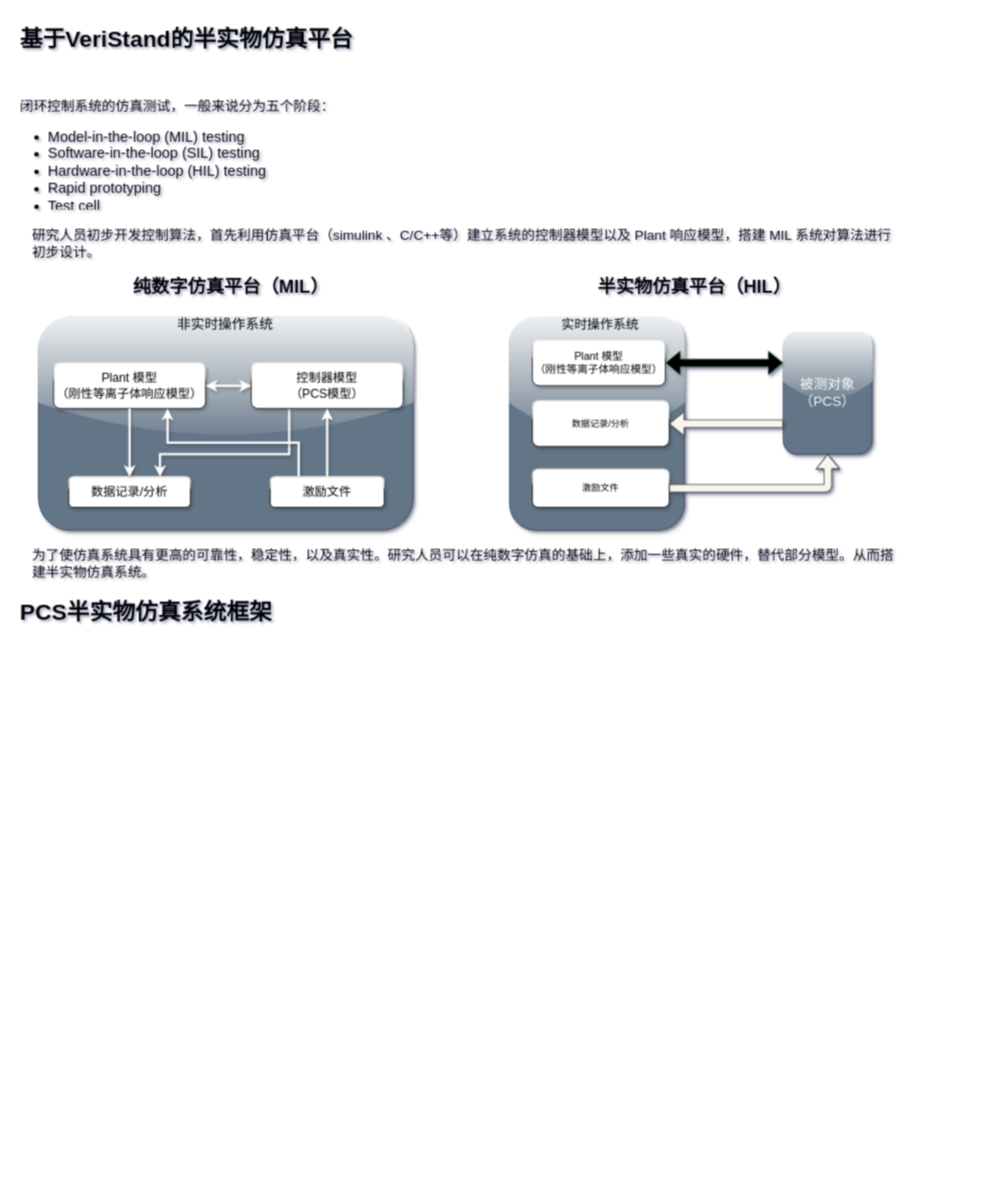
Earlier version of the draw.io diagram Untitled Diagram.drawio (3038814044/draw). Source tidied: cells renumbered, new cells numbered last; positions are measured from the earlier drawing's top-left corner, leaving out a move shared by most shapes. Both pictures are drawn from the tidied source at 76%, with x=0, y=0 at pixel (15, 21).
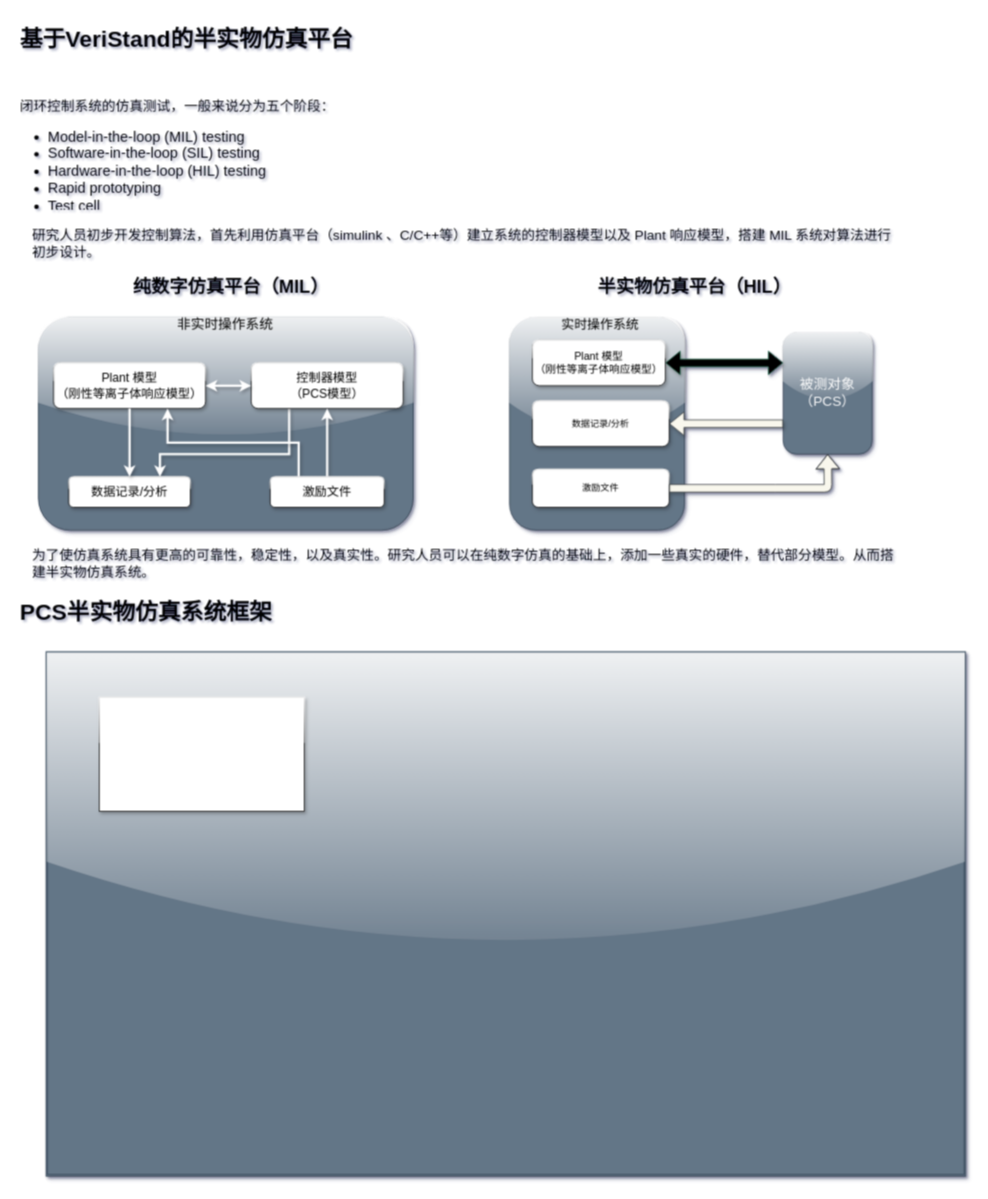
After the change.

Change to the diagram source:
```diff
@@
+    <mxCell id="29" style="shape=ext;double=1;rounded=0;whiteSpace=wrap;html=1;shadow=1;glass=1;sketch=0;fillColor=#647687;strokeColor=#314354;fontColor=#ffffff;" parent="1" vertex="1">
+      <mxGeometry x="40" y="830" width="1210" height="690" as="geometry" />
+    </mxCell>
+    <mxCell id="30" style="rounded=0;whiteSpace=wrap;html=1;shadow=1;glass=1;sketch=0;gradientColor=#ffffff;" parent="1" vertex="1">
+      <mxGeometry x="110" y="890" width="270" height="150" as="geometry" />
+    </mxCell>
```
